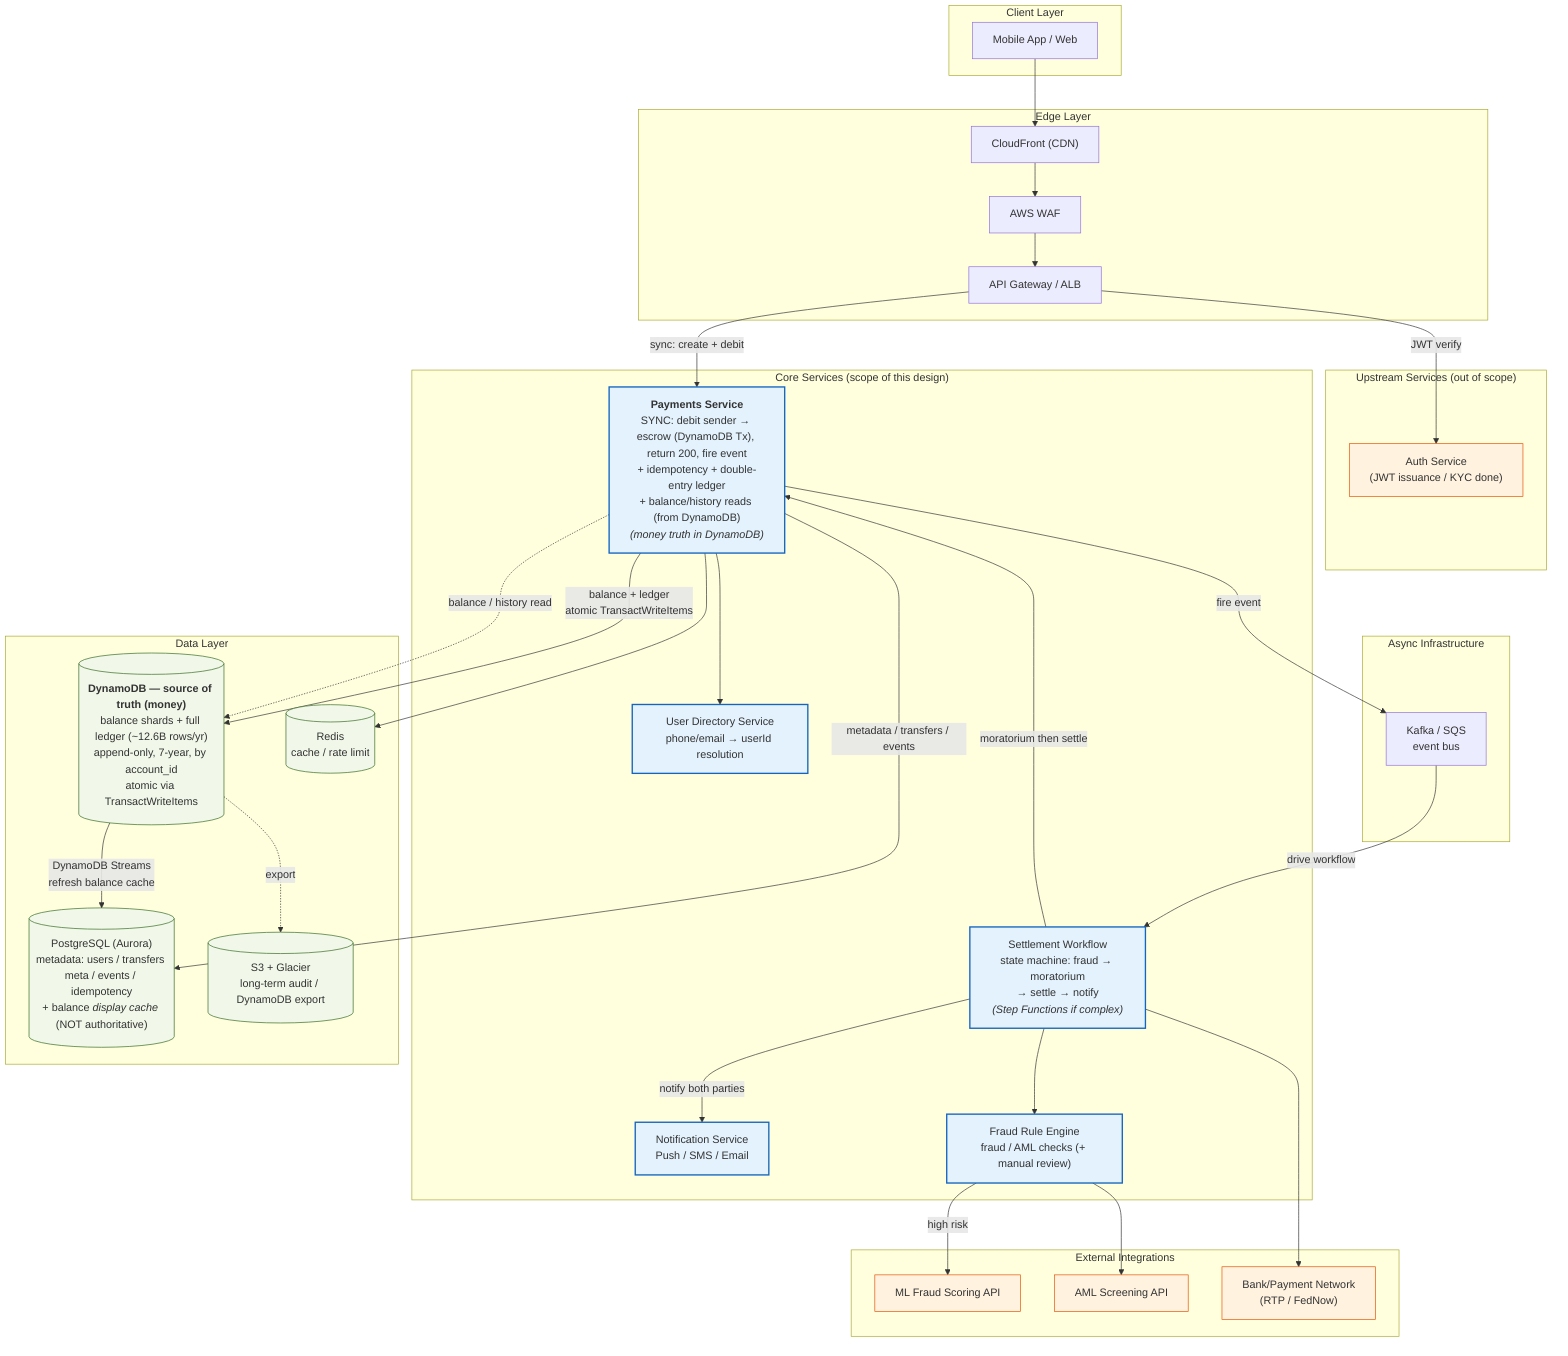
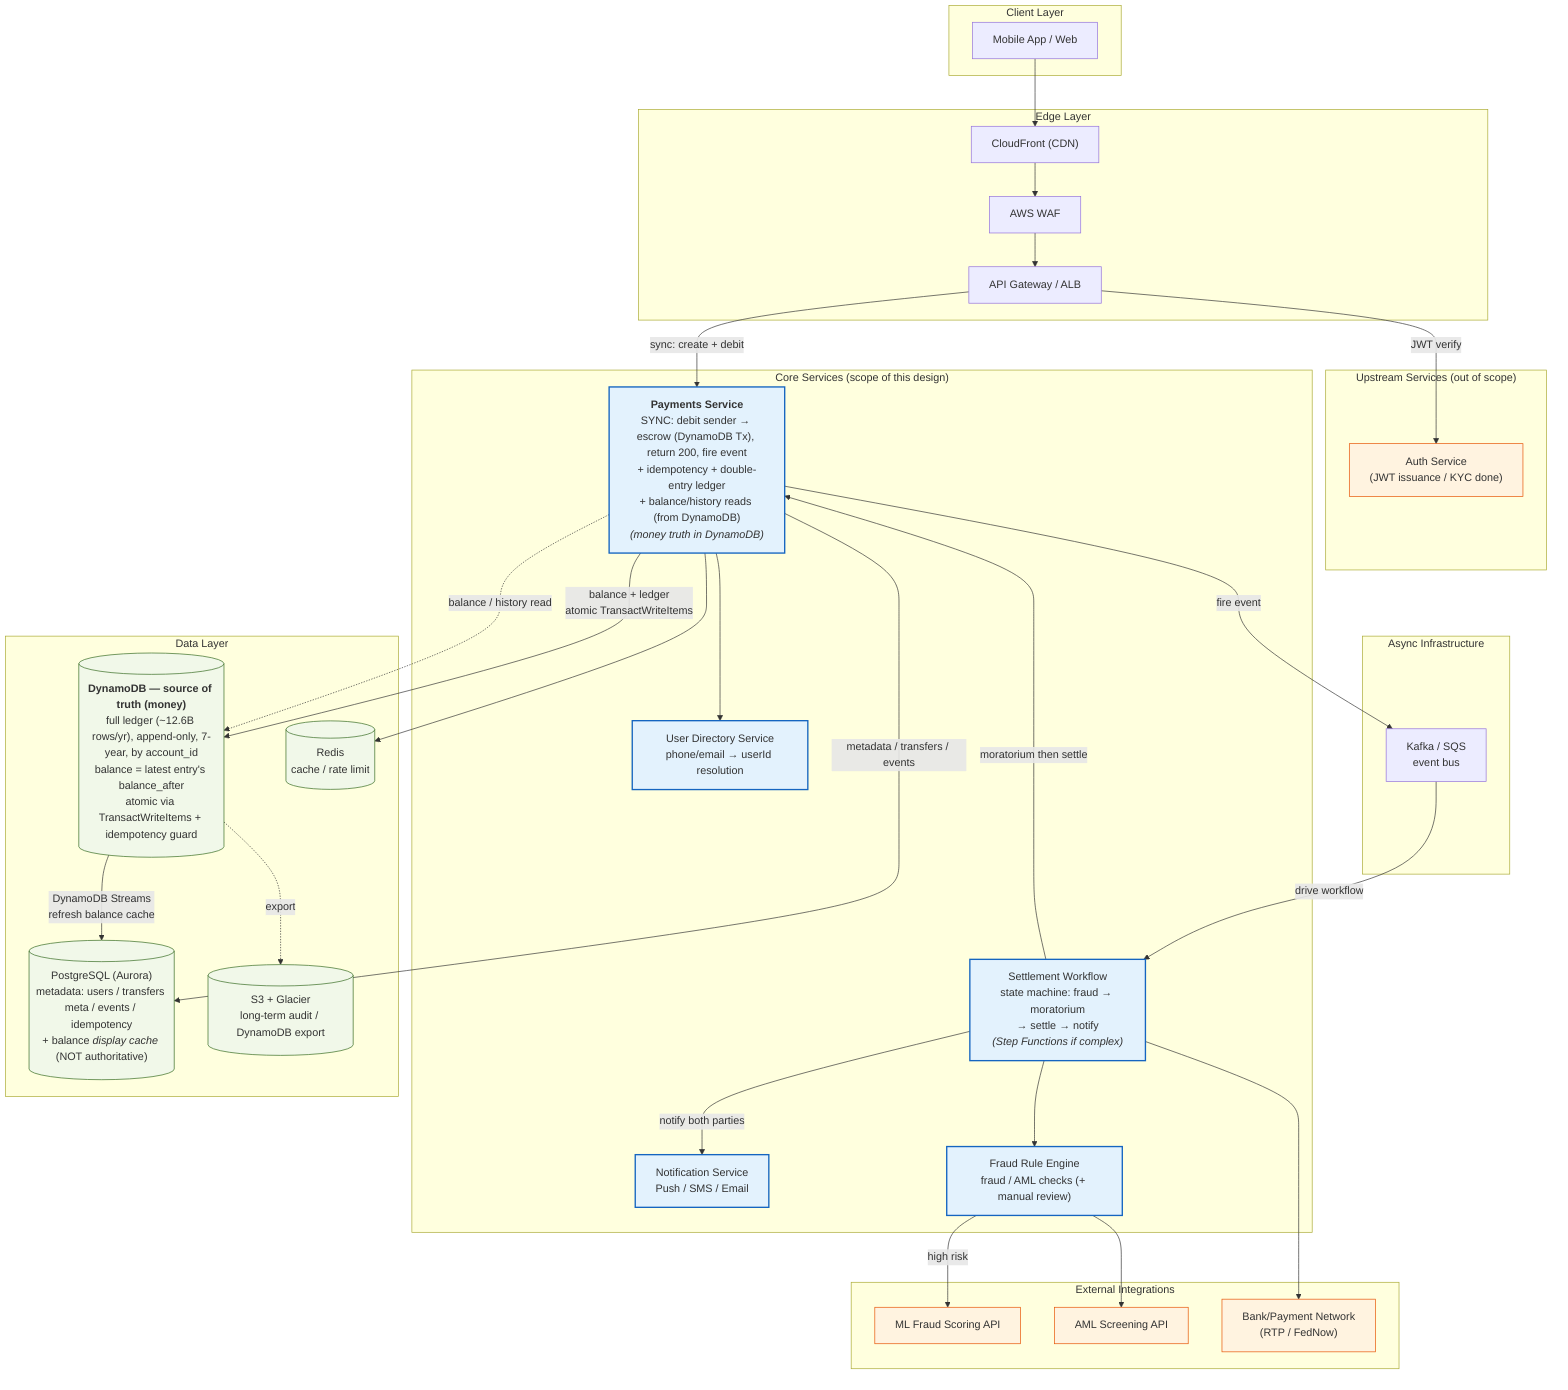
graph TB
    subgraph Client["Client Layer"]
        MOBILE["Mobile App / Web"]
    end

    subgraph Edge["Edge Layer"]
        CDN["CloudFront (CDN)"]
        WAF["AWS WAF"]
        APIGW["API Gateway / ALB"]
    end

    subgraph Upstream["Upstream Services (out of scope)"]
        AUTH["Auth Service<br/>(JWT issuance / KYC done)"]
    end

    subgraph Core["Core Services (scope of this design)"]
        PAYMENTS["<b>Payments Service</b><br/>SYNC: debit sender → escrow (DynamoDB Tx), return 200, fire event<br/>+ idempotency + double-entry ledger<br/>+ balance/history reads (from DynamoDB)<br/><i>(money truth in DynamoDB)</i>"]
        WF["Settlement Workflow<br/>state machine: fraud → moratorium<br/>→ settle → notify<br/><i>(Step Functions if complex)</i>"]
        USER["User Directory Service<br/>phone/email → userId resolution"]
        NOTIFY["Notification Service<br/>Push / SMS / Email"]
        FRAUD["Fraud Rule Engine<br/>fraud / AML checks (+ manual review)"]
    end

    subgraph Async["Async Infrastructure"]
        MQ["Kafka / SQS<br/>event bus"]
    end

    subgraph Data["Data Layer"]
-         DDB[("<b>DynamoDB — source of truth (money)</b><br/>balance shards + full ledger (~12.6B rows/yr)<br/>append-only, 7-year, by account_id<br/>atomic via TransactWriteItems")]
+         DDB[("<b>DynamoDB — source of truth (money)</b><br/>full ledger (~12.6B rows/yr), append-only, 7-year, by account_id<br/>balance = latest entry's balance_after<br/>atomic via TransactWriteItems + idempotency guard")]
        LEDGERDB[("PostgreSQL (Aurora)<br/>metadata: users / transfers meta / events / idempotency<br/>+ balance <i>display cache</i> (NOT authoritative)")]
        CACHE[("Redis<br/>cache / rate limit")]
        ARCHIVE[("S3 + Glacier<br/>long-term audit / DynamoDB export")]
    end

    subgraph External["External Integrations"]
        ML["ML Fraud Scoring API"]
        AML["AML Screening API"]
        BANK["Bank/Payment Network<br/>(RTP / FedNow)"]
    end

    MOBILE --> CDN --> WAF --> APIGW
    APIGW -->|JWT verify| AUTH
    APIGW -->|sync: create + debit| PAYMENTS

    PAYMENTS --> USER
    PAYMENTS --> CACHE
    PAYMENTS -->|balance + ledger<br/>atomic TransactWriteItems| DDB
    PAYMENTS -.balance / history read.-> DDB
    PAYMENTS -->|metadata / transfers / events| LEDGERDB
    PAYMENTS -->|fire event| MQ

    MQ -->|drive workflow| WF
    WF --> FRAUD
    WF -->|moratorium then settle| PAYMENTS
    WF --> BANK
    WF -->|notify both parties| NOTIFY

    FRAUD -->|high risk| ML
    FRAUD --> AML

    DDB -->|DynamoDB Streams<br/>refresh balance cache| LEDGERDB
    DDB -.export.-> ARCHIVE

    classDef scope fill:#e3f2fd,stroke:#1565c0,stroke-width:2px;
    classDef ext fill:#fff3e0,stroke:#e65100,stroke-width:1px;
    classDef data fill:#f1f8e9,stroke:#33691e,stroke-width:1px;
    class PAYMENTS,WF,USER,NOTIFY,FRAUD scope;
    class ML,AML,BANK,AUTH ext;
    class DDB,LEDGERDB,CACHE,ARCHIVE data;
